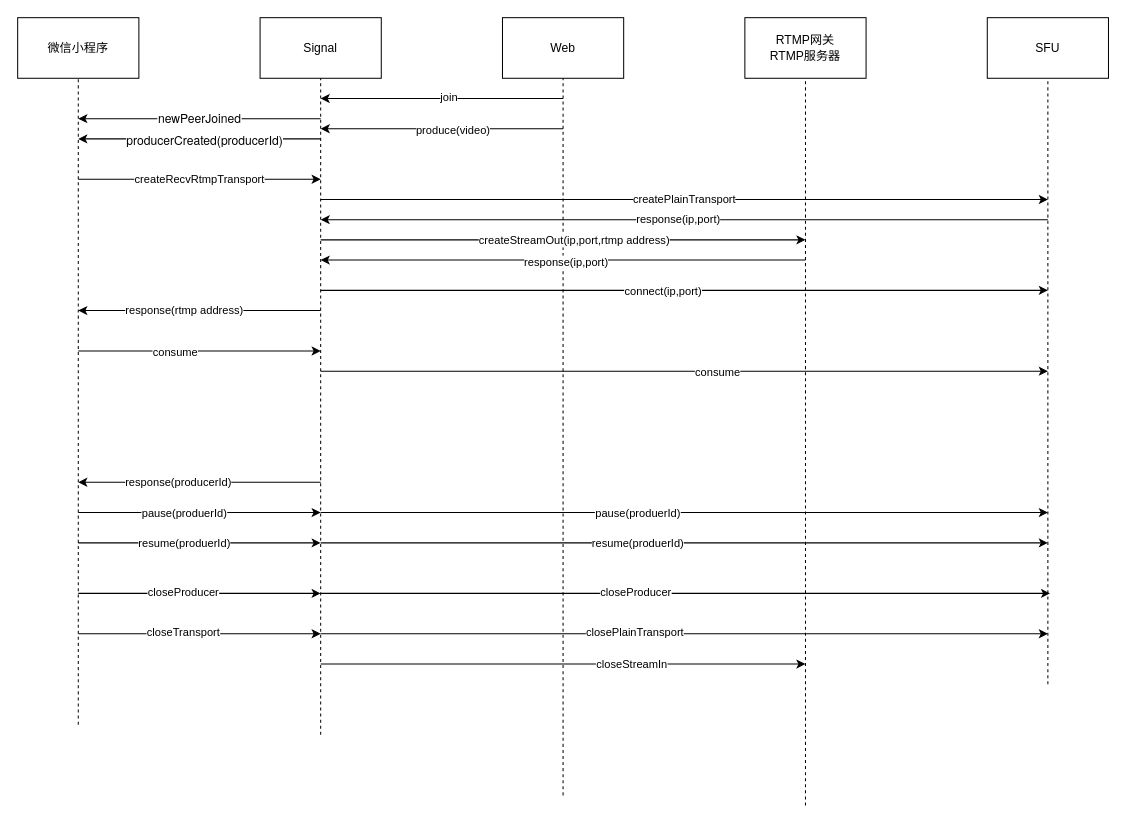
craterone/imgs keeps this draw.io diagram as page "Page-15" (13 of 13) of Untitled Diagram.drawio. Above is the earlier version. Source tidied: cells renumbered, new cells numbered last; positions are measured from the earlier drawing's top-left corner, leaving out a move shared by most shapes. Both pictures are drawn from the tidied source at 101%, with x=0, y=0 at pixel (17, 17).
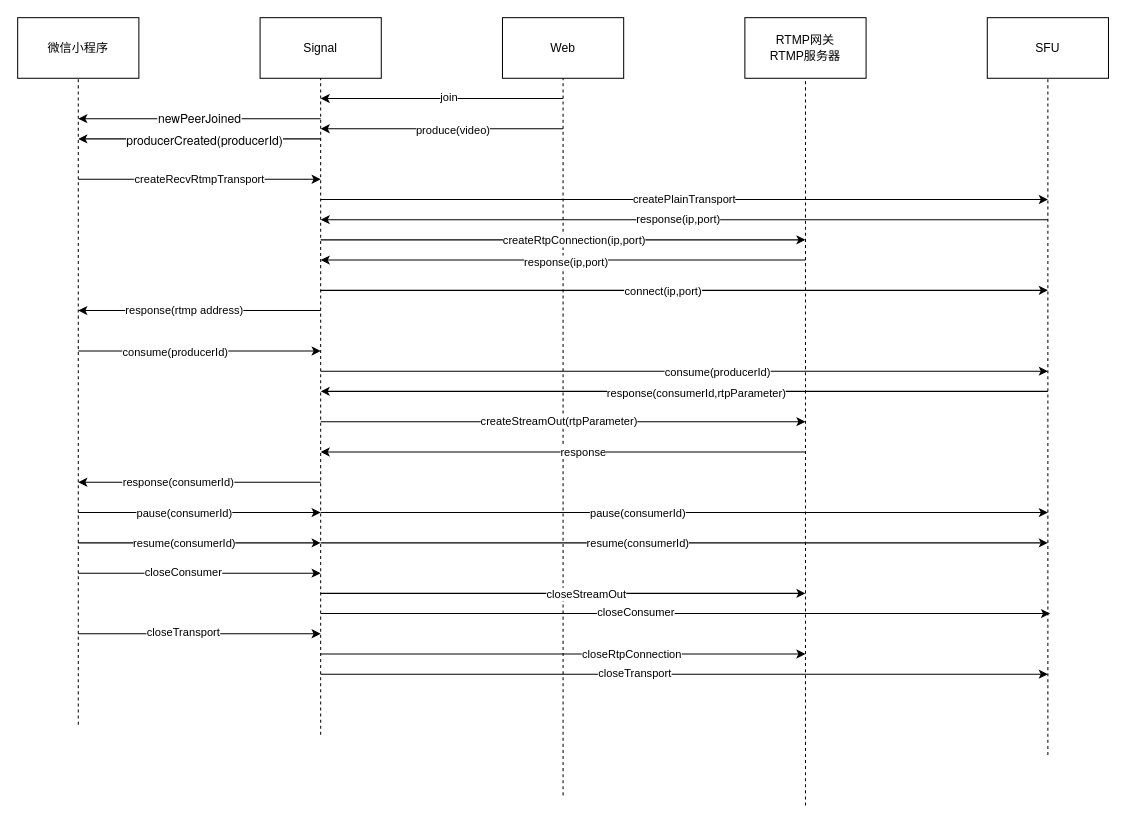
The same page after the edit.

The change refers to these unchanged cells:
```xml
<mxCell id="14" value="SFU" style="rounded=0;whiteSpace=wrap;html=1;" parent="1" vertex="1">
  <mxGeometry x="960" width="120" height="60" as="geometry" />
</mxCell>
<mxCell id="19" style="endArrow=classic;html=1;" parent="1" edge="1">
  <mxGeometry relative="1" as="geometry">
    <mxPoint x="300" y="220" as="sourcePoint" />
    <mxPoint x="780" y="220" as="targetPoint" />
  </mxGeometry>
</mxCell>
<mxCell id="29" style="endArrow=classic;html=1;" parent="1" edge="1">
  <mxGeometry relative="1" as="geometry">
    <mxPoint x="300" y="350" as="sourcePoint" />
    <mxPoint x="1020" y="350" as="targetPoint" />
  </mxGeometry>
</mxCell>
<mxCell id="31" style="endArrow=classic;html=1;" parent="1" edge="1">
  <mxGeometry relative="1" as="geometry">
    <mxPoint x="300" y="460" as="sourcePoint" />
    <mxPoint x="60" y="460" as="targetPoint" />
  </mxGeometry>
</mxCell>
<mxCell id="33" style="endArrow=classic;html=1;" parent="1" edge="1">
  <mxGeometry relative="1" as="geometry">
    <mxPoint x="60" y="490" as="sourcePoint" />
    <mxPoint x="300" y="490" as="targetPoint" />
  </mxGeometry>
</mxCell>
<mxCell id="35" style="endArrow=classic;html=1;" parent="1" edge="1">
  <mxGeometry relative="1" as="geometry">
    <mxPoint x="300" y="490" as="sourcePoint" />
    <mxPoint x="1020" y="490" as="targetPoint" />
  </mxGeometry>
</mxCell>
<mxCell id="37" style="endArrow=classic;html=1;" parent="1" edge="1">
  <mxGeometry relative="1" as="geometry">
    <mxPoint x="60" y="520" as="sourcePoint" />
    <mxPoint x="300" y="520" as="targetPoint" />
  </mxGeometry>
</mxCell>
<mxCell id="39" style="endArrow=classic;html=1;" parent="1" edge="1">
  <mxGeometry relative="1" as="geometry">
    <mxPoint x="300" y="520" as="sourcePoint" />
    <mxPoint x="1020" y="520" as="targetPoint" />
  </mxGeometry>
</mxCell>
<mxCell id="53" style="endArrow=classic;html=1;" parent="1" edge="1">
  <mxGeometry relative="1" as="geometry">
    <mxPoint x="60" y="330" as="sourcePoint" />
    <mxPoint x="300" y="330" as="targetPoint" />
  </mxGeometry>
</mxCell>
```

Change to the diagram source:
```diff
@@
     <mxCell id="15" style="endArrow=none;dashed=1;html=1;entryX=0.5;entryY=1;entryDx=0;entryDy=0;" parent="1" edge="1" target="14">
       <mxGeometry relative="1" as="geometry">
-        <mxPoint x="1020" y="660" as="sourcePoint" />
+        <mxPoint x="1020" y="730" as="sourcePoint" />
       </mxGeometry>
     </mxCell>
@@
-    <mxCell id="20" value="createStreamOut(ip,port,rtmp address)" style="edgeLabel;html=1;align=center;verticalAlign=middle;" parent="19" vertex="1">
+    <mxCell id="20" value="createRtpConnection(ip,port)" style="edgeLabel;html=1;align=center;verticalAlign=middle;" parent="19" vertex="1">
       <mxGeometry x="0.04" relative="1" as="geometry" />
     </mxCell>
@@
-    <mxCell id="30" value="consume" style="edgeLabel;html=1;align=center;verticalAlign=middle;" parent="29" vertex="1">
+    <mxCell id="30" value="consume(producerId)" style="edgeLabel;html=1;align=center;verticalAlign=middle;" parent="29" vertex="1">
       <mxGeometry x="0.09" relative="1" as="geometry" />
     </mxCell>
@@
-    <mxCell id="32" value="response(producerId)" style="edgeLabel;html=1;align=center;verticalAlign=middle;" parent="31" vertex="1">
+    <mxCell id="32" value="response(consumerId)" style="edgeLabel;html=1;align=center;verticalAlign=middle;" parent="31" vertex="1">
       <mxGeometry x="0.18" y="-1" relative="1" as="geometry" />
     </mxCell>
@@
-    <mxCell id="34" value="pause(produerId)" style="edgeLabel;html=1;align=center;verticalAlign=middle;" parent="33" vertex="1">
+    <mxCell id="34" value="pause(consumerId)" style="edgeLabel;html=1;align=center;verticalAlign=middle;" parent="33" vertex="1">
       <mxGeometry x="-0.13" relative="1" as="geometry" />
     </mxCell>
@@
-    <mxCell id="36" value="pause(produerId)" style="edgeLabel;html=1;align=center;verticalAlign=middle;" parent="35" vertex="1">
+    <mxCell id="36" value="pause(consumerId)" style="edgeLabel;html=1;align=center;verticalAlign=middle;" parent="35" vertex="1">
       <mxGeometry x="-0.13" relative="1" as="geometry" />
     </mxCell>
@@
-    <mxCell id="38" value="resume(produerId)" style="edgeLabel;html=1;align=center;verticalAlign=middle;" parent="37" vertex="1">
+    <mxCell id="38" value="resume(consumerId)" style="edgeLabel;html=1;align=center;verticalAlign=middle;" parent="37" vertex="1">
       <mxGeometry x="-0.13" relative="1" as="geometry" />
     </mxCell>
@@
-    <mxCell id="40" value="resume(produerId)" style="edgeLabel;html=1;align=center;verticalAlign=middle;" parent="39" vertex="1">
+    <mxCell id="40" value="resume(consumerId)" style="edgeLabel;html=1;align=center;verticalAlign=middle;" parent="39" vertex="1">
       <mxGeometry x="-0.13" relative="1" as="geometry" />
     </mxCell>
     <mxCell id="41" style="endArrow=classic;html=1;" parent="1" edge="1">
       <mxGeometry relative="1" as="geometry">
-        <mxPoint x="60" y="570" as="sourcePoint" />
-        <mxPoint x="300" y="570" as="targetPoint" />
+        <mxPoint x="60" y="550" as="sourcePoint" />
+        <mxPoint x="300" y="550" as="targetPoint" />
       </mxGeometry>
     </mxCell>
-    <mxCell id="42" value="closeProducer" style="edgeLabel;html=1;align=center;verticalAlign=middle;" parent="41" vertex="1">
+    <mxCell id="42" value="closeConsumer" style="edgeLabel;html=1;align=center;verticalAlign=middle;" parent="41" vertex="1">
       <mxGeometry x="-0.14" y="2" relative="1" as="geometry" />
     </mxCell>
     <mxCell id="43" style="endArrow=classic;html=1;" parent="1" edge="1">
       <mxGeometry relative="1" as="geometry">
-        <mxPoint x="300" y="570" as="sourcePoint" />
-        <mxPoint x="1022.2" y="570" as="targetPoint" />
+        <mxPoint x="300" y="590" as="sourcePoint" />
+        <mxPoint x="1022.2" y="590" as="targetPoint" />
       </mxGeometry>
     </mxCell>
-    <mxCell id="44" value="closeProducer" style="edgeLabel;html=1;align=center;verticalAlign=middle;" parent="43" vertex="1">
+    <mxCell id="44" value="closeConsumer" style="edgeLabel;html=1;align=center;verticalAlign=middle;" parent="43" vertex="1">
       <mxGeometry x="-0.14" y="2" relative="1" as="geometry" />
     </mxCell>
@@
     <mxCell id="47" style="endArrow=classic;html=1;" parent="1" edge="1">
       <mxGeometry relative="1" as="geometry">
-        <mxPoint x="300" y="610" as="sourcePoint" />
-        <mxPoint x="1020" y="610" as="targetPoint" />
+        <mxPoint x="300" y="650" as="sourcePoint" />
+        <mxPoint x="1020" y="650" as="targetPoint" />
       </mxGeometry>
     </mxCell>
-    <mxCell id="48" value="closePlainTransport" style="edgeLabel;html=1;align=center;verticalAlign=middle;" parent="47" vertex="1">
+    <mxCell id="48" value="closeTransport" style="edgeLabel;html=1;align=center;verticalAlign=middle;" parent="47" vertex="1">
       <mxGeometry x="-0.14" y="2" relative="1" as="geometry" />
     </mxCell>
     <mxCell id="49" style="endArrow=classic;html=1;" parent="1" edge="1">
       <mxGeometry relative="1" as="geometry">
-        <mxPoint x="300" y="640" as="sourcePoint" />
-        <mxPoint x="780" y="640" as="targetPoint" />
+        <mxPoint x="300" y="630" as="sourcePoint" />
+        <mxPoint x="780" y="630" as="targetPoint" />
       </mxGeometry>
     </mxCell>
-    <mxCell id="50" value="closeStreamIn" style="edgeLabel;html=1;align=center;verticalAlign=middle;" parent="49" vertex="1">
+    <mxCell id="50" value="closeRtpConnection" style="edgeLabel;html=1;align=center;verticalAlign=middle;" parent="49" vertex="1">
       <mxGeometry x="0.28" y="1" relative="1" as="geometry" />
     </mxCell>
@@
-    <mxCell id="54" value="consume" style="edgeLabel;html=1;align=center;verticalAlign=middle;" parent="53" vertex="1">
+    <mxCell id="54" value="consume(producerId)" style="edgeLabel;html=1;align=center;verticalAlign=middle;" parent="53" vertex="1">
       <mxGeometry x="-0.21" y="-2" relative="1" as="geometry">
         <mxPoint y="-2" as="offset" />
       </mxGeometry>
     </mxCell>
+    <mxCell id="55" style="endArrow=classic;html=1;" parent="1" edge="1">
+      <mxGeometry relative="1" as="geometry">
+        <mxPoint x="1020" y="370" as="sourcePoint" />
+        <mxPoint x="300" y="370" as="targetPoint" />
+      </mxGeometry>
+    </mxCell>
+    <mxCell id="56" value="response(consumerId,rtpParameter)" style="edgeLabel;html=1;align=center;verticalAlign=middle;" parent="55" vertex="1">
+      <mxGeometry x="-0.03" y="1" relative="1" as="geometry" />
+    </mxCell>
+    <mxCell id="57" style="endArrow=classic;html=1;" parent="1" edge="1">
+      <mxGeometry relative="1" as="geometry">
+        <mxPoint x="300" y="400" as="sourcePoint" />
+        <mxPoint x="780" y="400" as="targetPoint" />
+      </mxGeometry>
+    </mxCell>
+    <mxCell id="58" value="createStreamOut(rtpParameter)" style="edgeLabel;html=1;align=center;verticalAlign=middle;" parent="57" vertex="1">
+      <mxGeometry x="-0.02" y="1" relative="1" as="geometry" />
+    </mxCell>
+    <mxCell id="59" style="endArrow=classic;html=1;" parent="1" edge="1">
+      <mxGeometry relative="1" as="geometry">
+        <mxPoint x="780" y="430" as="sourcePoint" />
+        <mxPoint x="300" y="430" as="targetPoint" />
+      </mxGeometry>
+    </mxCell>
+    <mxCell id="60" value="response" style="edgeLabel;html=1;align=center;verticalAlign=middle;" parent="59" vertex="1">
+      <mxGeometry x="-0.08" y="-1" relative="1" as="geometry" />
+    </mxCell>
+    <mxCell id="61" style="endArrow=classic;html=1;" parent="1" edge="1">
+      <mxGeometry relative="1" as="geometry">
+        <mxPoint x="300" y="570" as="sourcePoint" />
+        <mxPoint x="780" y="570" as="targetPoint" />
+      </mxGeometry>
+    </mxCell>
+    <mxCell id="62" value="closeStreamOut" style="edgeLabel;html=1;align=center;verticalAlign=middle;" parent="61" vertex="1">
+      <mxGeometry x="0.09" relative="1" as="geometry" />
+    </mxCell>
```
